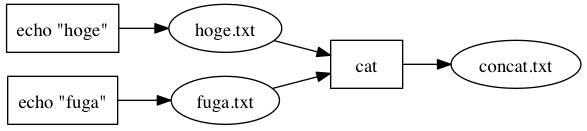
pfi/maf keeps this Graphviz diagram as document/source/figures/waf_example.png. Above is the earlier version. Its source is kept beside it as document/source/figures/waf_example.dot.
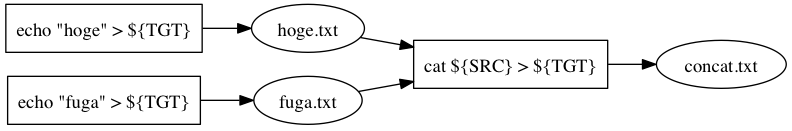
After the commit.

The edit, as a diff of the source:
```diff
@@ -1,9 +1,9 @@
 digraph G {
   graph [rankdir=LR]
 
-  echo_hoge [shape=box, label="echo \"hoge\""]
-  echo_fuga [shape=box, label="echo \"fuga\""]
-  cat [shape=box]
+  echo_hoge [shape=box, label="echo \"hoge\" > ${TGT}"]
+  echo_fuga [shape=box, label="echo \"fuga\" > ${TGT}"]
+  cat [shape=box, label="cat ${SRC} > ${TGT}"]
 
   echo_hoge -> "hoge.txt"
   echo_fuga -> "fuga.txt"
```
